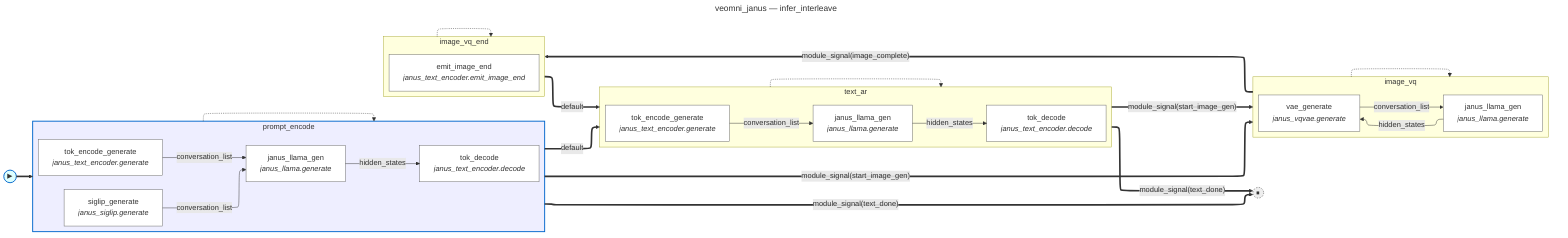
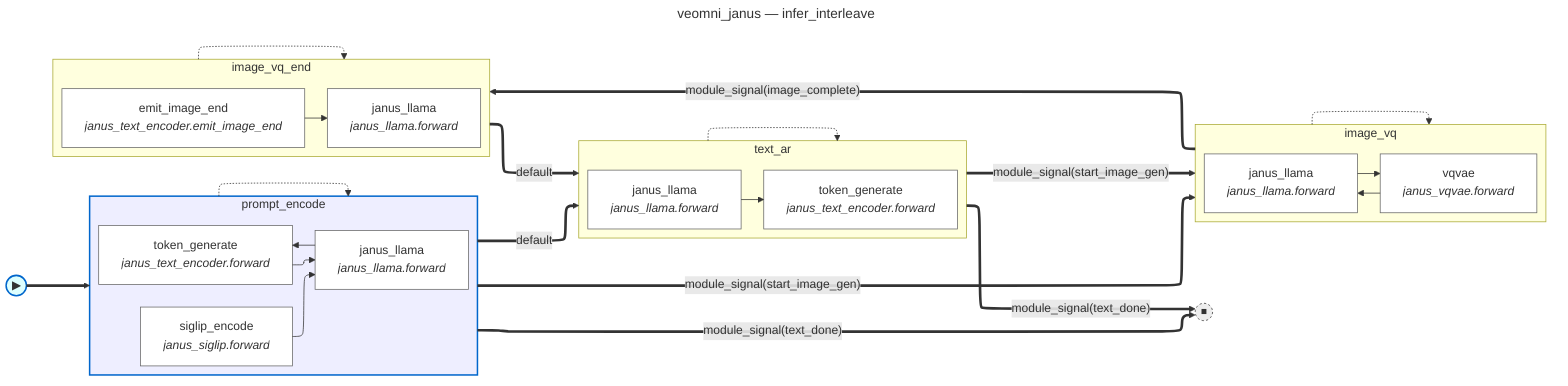
---
title: veomni_janus — infer_interleave
---
%%{init: {'flowchart': {'defaultRenderer': 'elk'}}}%%
flowchart LR
    fsm_start(("▶")):::fsm_start
    fsm_done(("⏹")):::fsm_terminal
    subgraph state_prompt_encode [prompt_encode]
        direction LR
-         prompt_encode__siglip_generate["siglip_generate<br/><i>janus_siglip.generate</i>"]:::body_node
-         prompt_encode__janus_llama_gen["janus_llama_gen<br/><i>janus_llama.generate</i>"]:::body_node
-         prompt_encode__tok_encode_generate["tok_encode_generate<br/><i>janus_text_encoder.generate</i>"]:::body_node
-         prompt_encode__tok_decode["tok_decode<br/><i>janus_text_encoder.decode</i>"]:::body_node
-         prompt_encode__siglip_generate -->|"conversation_list"| prompt_encode__janus_llama_gen
-         prompt_encode__tok_encode_generate -->|"conversation_list"| prompt_encode__janus_llama_gen
-         prompt_encode__janus_llama_gen -->|"hidden_states"| prompt_encode__tok_decode
+         prompt_encode__siglip_encode["siglip_encode<br/><i>janus_siglip.forward</i>"]:::body_node
+         prompt_encode__janus_llama["janus_llama<br/><i>janus_llama.forward</i>"]:::body_node
+         prompt_encode__token_generate["token_generate<br/><i>janus_text_encoder.forward</i>"]:::body_node
+         prompt_encode__siglip_encode --> prompt_encode__janus_llama
+         prompt_encode__token_generate --> prompt_encode__janus_llama
+         prompt_encode__janus_llama --> prompt_encode__token_generate
    end
    subgraph state_text_ar [text_ar]
        direction LR
-         text_ar__tok_encode_generate["tok_encode_generate<br/><i>janus_text_encoder.generate</i>"]:::body_node
-         text_ar__janus_llama_gen["janus_llama_gen<br/><i>janus_llama.generate</i>"]:::body_node
-         text_ar__tok_decode["tok_decode<br/><i>janus_text_encoder.decode</i>"]:::body_node
-         text_ar__tok_encode_generate -->|"conversation_list"| text_ar__janus_llama_gen
-         text_ar__janus_llama_gen -->|"hidden_states"| text_ar__tok_decode
+         text_ar__janus_llama["janus_llama<br/><i>janus_llama.forward</i>"]:::body_node
+         text_ar__token_generate["token_generate<br/><i>janus_text_encoder.forward</i>"]:::body_node
+         text_ar__janus_llama --> text_ar__token_generate
    end
    subgraph state_image_vq [image_vq]
        direction LR
-         image_vq__janus_llama_gen["janus_llama_gen<br/><i>janus_llama.generate</i>"]:::body_node
-         image_vq__vae_generate["vae_generate<br/><i>janus_vqvae.generate</i>"]:::body_node
-         image_vq__janus_llama_gen -->|"hidden_states"| image_vq__vae_generate
-         image_vq__vae_generate -->|"conversation_list"| image_vq__janus_llama_gen
+         image_vq__vqvae["vqvae<br/><i>janus_vqvae.forward</i>"]:::body_node
+         image_vq__janus_llama["janus_llama<br/><i>janus_llama.forward</i>"]:::body_node
+         image_vq__vqvae --> image_vq__janus_llama
+         image_vq__janus_llama --> image_vq__vqvae
    end
    subgraph state_image_vq_end [image_vq_end]
        direction LR
        image_vq_end__emit_image_end["emit_image_end<br/><i>janus_text_encoder.emit_image_end</i>"]:::body_node
+         image_vq_end__janus_llama["janus_llama<br/><i>janus_llama.forward</i>"]:::body_node
+         image_vq_end__emit_image_end --> image_vq_end__janus_llama
    end
    state_prompt_encode -.-> state_prompt_encode
    state_text_ar -.-> state_text_ar
    state_image_vq -.-> state_image_vq
    state_image_vq_end -.-> state_image_vq_end
    fsm_start ==> state_prompt_encode
    state_prompt_encode ==>|"module_signal(start_image_gen)"| state_image_vq
    state_prompt_encode ==>|"module_signal(text_done)"| fsm_done
    state_prompt_encode ==>|"default"| state_text_ar
    state_text_ar ==>|"module_signal(start_image_gen)"| state_image_vq
    state_text_ar ==>|"module_signal(text_done)"| fsm_done
    state_image_vq ==>|"module_signal(image_complete)"| state_image_vq_end
    state_image_vq_end ==>|"default"| state_text_ar
    classDef body_node fill:#fff,stroke:#666
    classDef fsm_start fill:#dff,stroke:#06c,stroke-width:2px
    classDef fsm_terminal fill:#eee,stroke:#333,stroke-width:1px,stroke-dasharray:3 3
    style state_prompt_encode fill:#eef,stroke:#06c,stroke-width:2px
